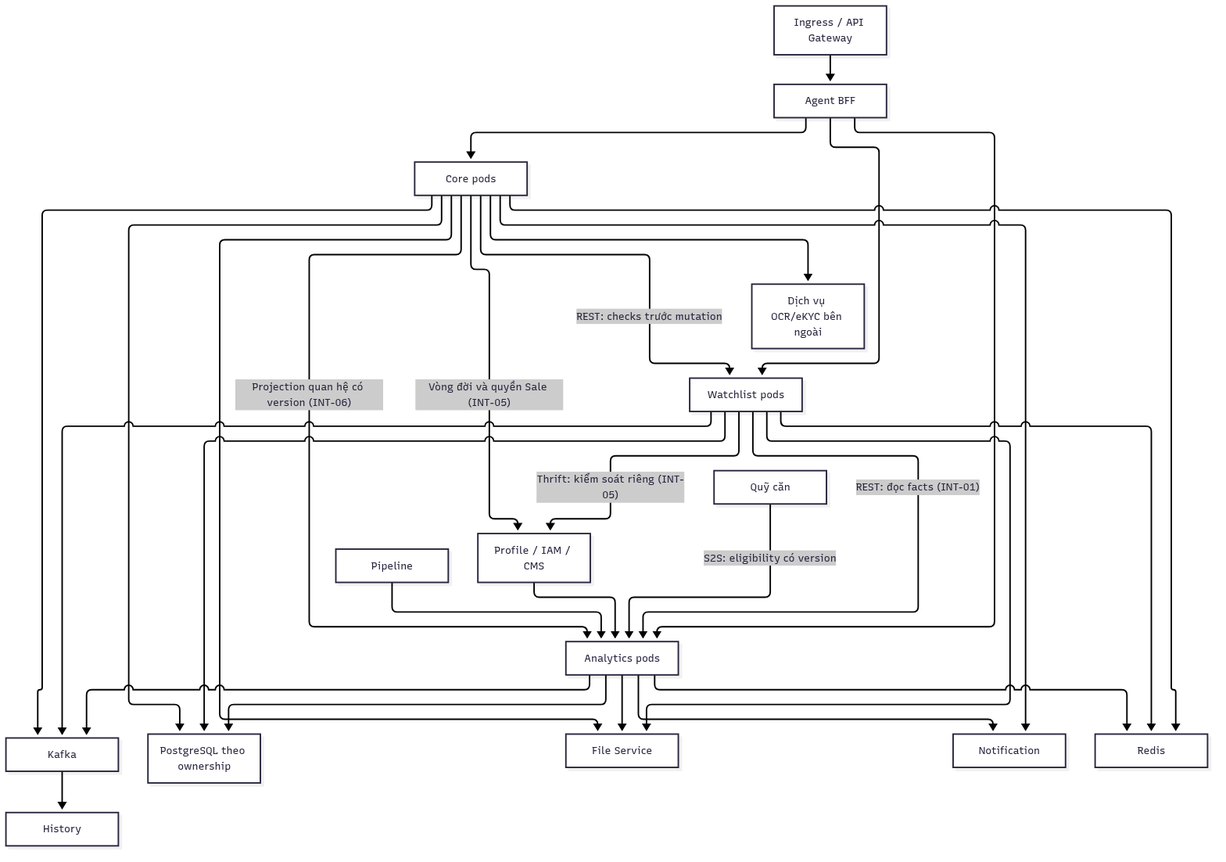
Above: cobroker/diagrams/cobroker-12.png in huynv-xyz/vhm-tdd (Mermaid), before the change. Its source is kept beside it as cobroker/diagrams/cobroker-12.mmd.
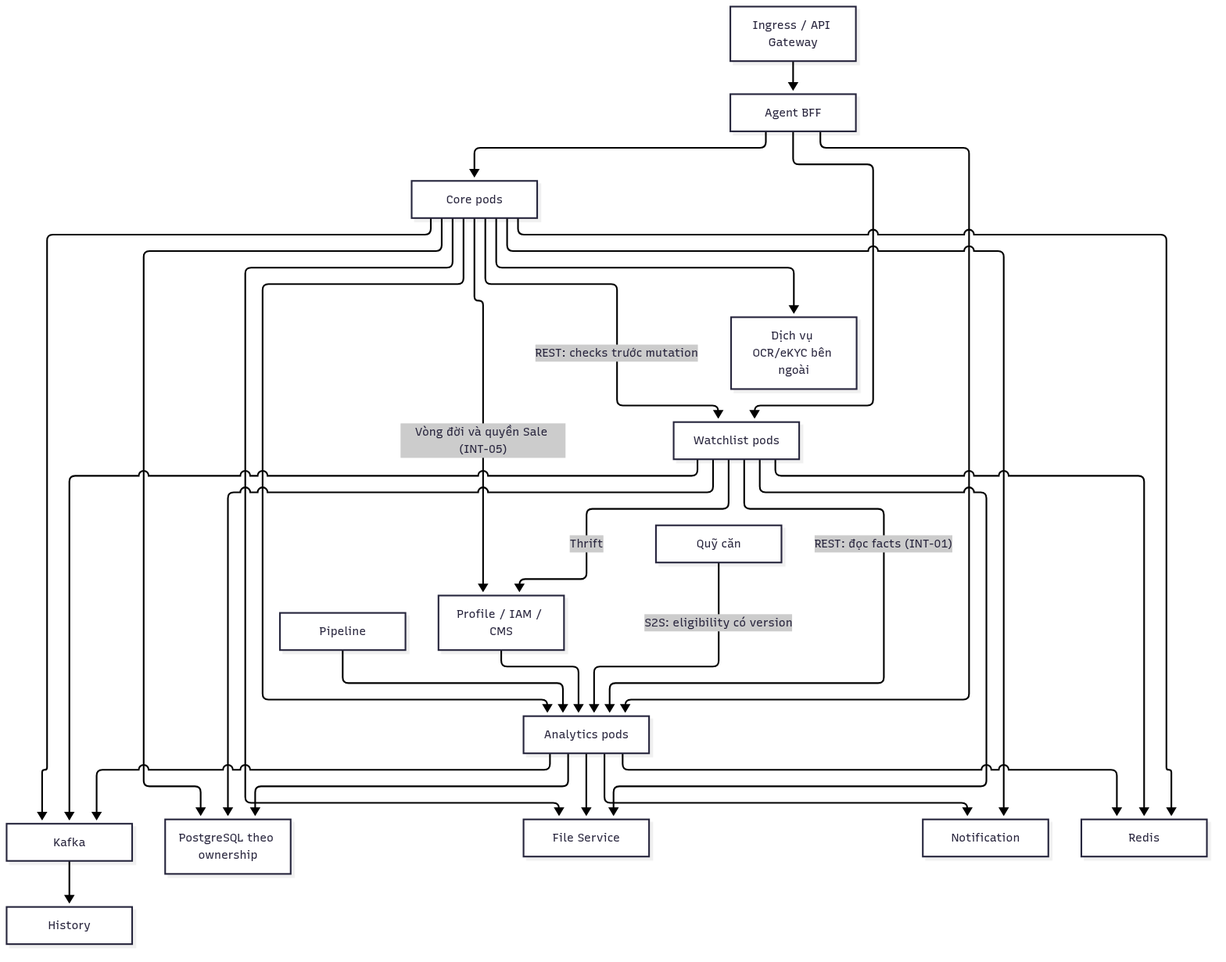
After the commit.

The edit, as a diff of the source:
```diff
@@ -15,9 +15,9 @@
     W --> K
     C --> K
     C -->|"Vòng đời và quyền Sale (INT-05)"| P["Profile / IAM / CMS"]
-    W -->|"Thrift: kiểm soát riêng (INT-05)"| P
+    W -->|"Thrift"| P
     P --> A
-    C -->|"Projection quan hệ có version (INT-06)"| A
+    C --> A
     PL["Pipeline"] --> A
     W -->|"REST: đọc facts (INT-01)"| A
     C --> F["File Service"]
```
